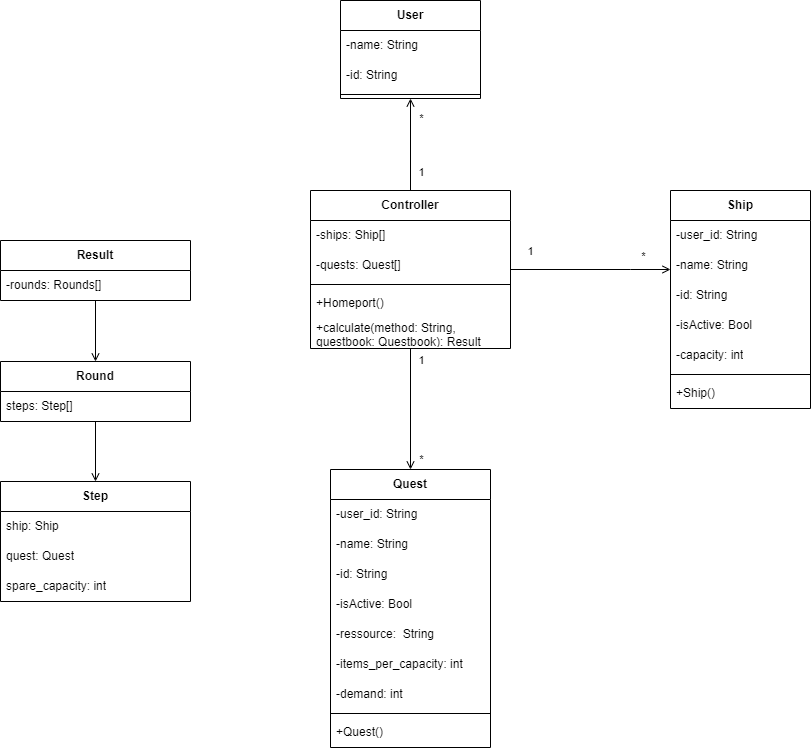
Earlier version of the draw.io export Klassendiagramm_Backend.drawio.png (Mole1803/SPoRT). Source tidied: cells renumbered, new cells last; positions are measured from the earlier drawing's top-left corner, leaving out a move shared by most shapes.
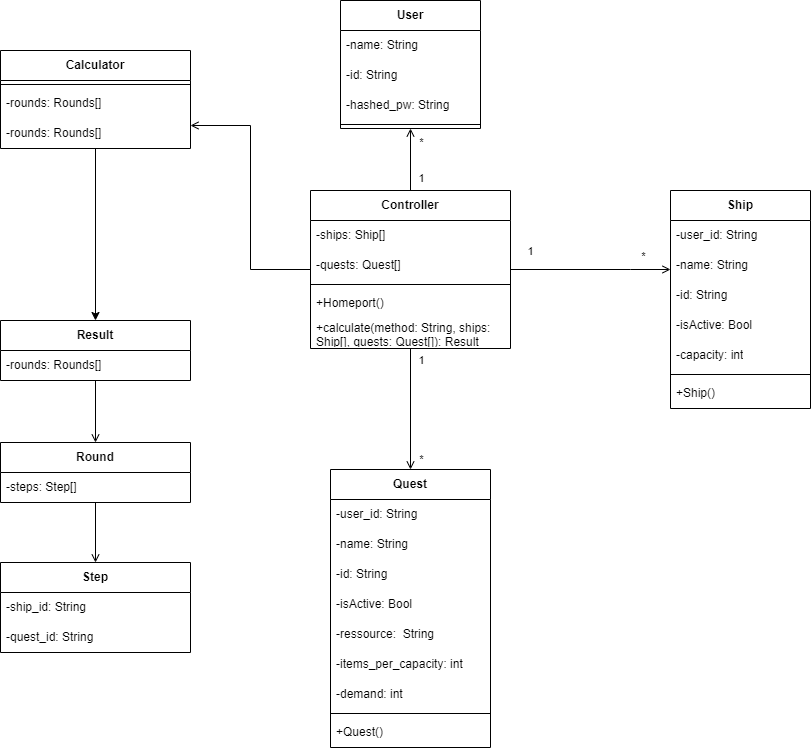
The same diagram one commit later.

The edit, as a diff of the source:
```diff
@@ -61,6 +61,14 @@
         <mxPoint x="9" as="offset" />
       </mxGeometry>
     </mxCell>
+    <mxCell id="49" style="edgeStyle=orthogonalEdgeStyle;rounded=0;jettySize=auto;html=1;endArrow=open;endFill=0;" parent="1" edge="1" source="16" target="52">
+      <mxGeometry relative="1" as="geometry">
+        <Array as="points">
+          <mxPoint x="250" y="269" />
+          <mxPoint x="250" y="125" />
+        </Array>
+      </mxGeometry>
+    </mxCell>
     <mxCell id="16" value="&lt;b&gt;Controller&lt;/b&gt;" style="swimlane;fontStyle=0;horizontal=1;startSize=30;whiteSpace=wrap;html=1;rounded=0;labelBackgroundColor=none;gradientColor=none;swimlaneFillColor=none;" parent="1" vertex="1">
       <mxGeometry x="310" y="190" width="200" height="158" as="geometry" />
     </mxCell>
@@ -76,7 +84,7 @@
     <mxCell id="20" value="+Homeport()" style="text;strokeColor=none;fillColor=none;align=left;verticalAlign=middle;spacingLeft=4;spacingRight=4;overflow=hidden;whiteSpace=wrap;html=1;rounded=0;labelBackgroundColor=none;" parent="16" vertex="1">
       <mxGeometry y="98" width="200" height="30" as="geometry" />
     </mxCell>
-    <mxCell id="21" value="+calculate(method: String, questbook: Questbook): Result" style="text;strokeColor=none;fillColor=none;align=left;verticalAlign=middle;spacingLeft=4;spacingRight=4;overflow=hidden;points=[[0,0.5],[1,0.5]];portConstraint=eastwest;whiteSpace=wrap;html=1;rounded=0;labelBackgroundColor=none;" parent="16" vertex="1">
+    <mxCell id="21" value="+calculate(method: String, ships: Ship[], quests: Quest[]): Result" style="text;strokeColor=none;fillColor=none;align=left;verticalAlign=middle;spacingLeft=4;spacingRight=4;overflow=hidden;points=[[0,0.5],[1,0.5]];portConstraint=eastwest;whiteSpace=wrap;html=1;rounded=0;labelBackgroundColor=none;" parent="16" vertex="1">
       <mxGeometry y="128" width="200" height="30" as="geometry" />
     </mxCell>
     <mxCell id="22" value="&lt;b&gt;Quest&lt;/b&gt;" style="swimlane;fontStyle=0;horizontal=1;startSize=30;whiteSpace=wrap;html=1;rounded=0;labelBackgroundColor=none;" parent="1" vertex="1">
@@ -113,7 +121,7 @@
       <mxGeometry relative="1" as="geometry" />
     </mxCell>
     <mxCell id="33" value="Result" style="swimlane;fontStyle=1;horizontal=1;startSize=30;whiteSpace=wrap;html=1;" parent="1" vertex="1">
-      <mxGeometry y="240" width="190" height="60" as="geometry" />
+      <mxGeometry y="320" width="190" height="60" as="geometry" />
     </mxCell>
     <mxCell id="34" value="-rounds: Rounds[]" style="text;strokeColor=none;fillColor=none;align=left;verticalAlign=middle;spacingLeft=4;spacingRight=4;overflow=hidden;whiteSpace=wrap;html=1;" parent="33" vertex="1">
       <mxGeometry y="30" width="190" height="30" as="geometry" />
@@ -122,25 +130,22 @@
       <mxGeometry relative="1" as="geometry" />
     </mxCell>
     <mxCell id="36" value="Round" style="swimlane;fontStyle=1;horizontal=1;startSize=30;whiteSpace=wrap;html=1;" parent="1" vertex="1">
-      <mxGeometry y="361" width="190" height="60" as="geometry" />
+      <mxGeometry y="442" width="190" height="60" as="geometry" />
     </mxCell>
-    <mxCell id="37" value="steps: Step[]" style="text;strokeColor=none;fillColor=none;align=left;verticalAlign=middle;spacingLeft=4;spacingRight=4;overflow=hidden;whiteSpace=wrap;html=1;" parent="36" vertex="1">
+    <mxCell id="37" value="-steps: Step[]" style="text;strokeColor=none;fillColor=none;align=left;verticalAlign=middle;spacingLeft=4;spacingRight=4;overflow=hidden;whiteSpace=wrap;html=1;" parent="36" vertex="1">
       <mxGeometry y="30" width="190" height="30" as="geometry" />
     </mxCell>
     <mxCell id="38" value="Step" style="swimlane;fontStyle=1;horizontal=1;startSize=30;whiteSpace=wrap;html=1;" parent="1" vertex="1">
-      <mxGeometry y="481" width="190" height="120" as="geometry" />
+      <mxGeometry y="562" width="190" height="90" as="geometry" />
     </mxCell>
-    <mxCell id="39" value="ship: Ship" style="text;strokeColor=none;fillColor=none;align=left;verticalAlign=middle;spacingLeft=4;spacingRight=4;overflow=hidden;whiteSpace=wrap;html=1;" parent="38" vertex="1">
+    <mxCell id="39" value="-ship_id: String" style="text;strokeColor=none;fillColor=none;align=left;verticalAlign=middle;spacingLeft=4;spacingRight=4;overflow=hidden;whiteSpace=wrap;html=1;" parent="38" vertex="1">
       <mxGeometry y="30" width="190" height="30" as="geometry" />
     </mxCell>
-    <mxCell id="40" value="quest: Quest" style="text;strokeColor=none;fillColor=none;align=left;verticalAlign=middle;spacingLeft=4;spacingRight=4;overflow=hidden;whiteSpace=wrap;html=1;" parent="38" vertex="1">
+    <mxCell id="40" value="-quest_id: String" style="text;strokeColor=none;fillColor=none;align=left;verticalAlign=middle;spacingLeft=4;spacingRight=4;overflow=hidden;whiteSpace=wrap;html=1;" parent="38" vertex="1">
       <mxGeometry y="60" width="190" height="30" as="geometry" />
     </mxCell>
-    <mxCell id="41" value="spare_capacity: int" style="text;strokeColor=none;fillColor=none;align=left;verticalAlign=middle;spacingLeft=4;spacingRight=4;overflow=hidden;whiteSpace=wrap;html=1;" parent="38" vertex="1">
-      <mxGeometry y="90" width="190" height="30" as="geometry" />
-    </mxCell>
     <mxCell id="42" value="&lt;b&gt;User&lt;/b&gt;" style="swimlane;fontStyle=0;horizontal=1;startSize=30;whiteSpace=wrap;html=1;rounded=0;labelBackgroundColor=none;" parent="1" vertex="1">
-      <mxGeometry x="340" width="140" height="98" as="geometry" />
+      <mxGeometry x="340" width="140" height="128" as="geometry" />
     </mxCell>
     <mxCell id="43" value="-name: String" style="text;strokeColor=none;fillColor=none;align=left;verticalAlign=middle;spacingLeft=4;spacingRight=4;overflow=hidden;whiteSpace=wrap;html=1;rounded=0;labelBackgroundColor=none;" parent="42" vertex="1">
       <mxGeometry y="30" width="140" height="30" as="geometry" />
@@ -148,8 +153,11 @@
     <mxCell id="44" value="-id: String" style="text;strokeColor=none;fillColor=none;align=left;verticalAlign=middle;spacingLeft=4;spacingRight=4;overflow=hidden;whiteSpace=wrap;html=1;rounded=0;labelBackgroundColor=none;" parent="42" vertex="1">
       <mxGeometry y="60" width="140" height="30" as="geometry" />
     </mxCell>
+    <mxCell id="50" value="-hashed_pw: String" style="text;strokeColor=none;fillColor=none;align=left;verticalAlign=middle;spacingLeft=4;spacingRight=4;overflow=hidden;whiteSpace=wrap;html=1;rounded=0;labelBackgroundColor=none;" parent="42" vertex="1">
+      <mxGeometry y="90" width="140" height="30" as="geometry" />
+    </mxCell>
     <mxCell id="45" style="line;strokeWidth=1;fillColor=none;align=left;verticalAlign=middle;spacingTop=-1;spacingLeft=3;spacingRight=3;labelPosition=right;rounded=0;labelBackgroundColor=none;" parent="42" vertex="1">
-      <mxGeometry y="90" width="140" height="8" as="geometry" />
+      <mxGeometry y="120" width="140" height="8" as="geometry" />
     </mxCell>
     <mxCell id="46" style="edgeStyle=orthogonalEdgeStyle;rounded=0;jettySize=auto;html=1;endArrow=open;endFill=0;" parent="1" edge="1" source="16" target="42">
       <mxGeometry relative="1" as="geometry" />
@@ -164,5 +172,20 @@
         <mxPoint x="9" as="offset" />
       </mxGeometry>
     </mxCell>
+    <mxCell id="51" style="edgeStyle=orthogonalEdgeStyle;rounded=0;jettySize=auto;html=1;" parent="1" edge="1" source="52" target="33">
+      <mxGeometry relative="1" as="geometry" />
+    </mxCell>
+    <mxCell id="52" value="Calculator" style="swimlane;fontStyle=1;horizontal=1;startSize=30;whiteSpace=wrap;html=1;" parent="1" vertex="1">
+      <mxGeometry y="50" width="190" height="98" as="geometry" />
+    </mxCell>
+    <mxCell id="53" style="line;strokeWidth=1;fillColor=none;align=left;verticalAlign=middle;spacingTop=-1;spacingLeft=3;spacingRight=3;labelPosition=right;rounded=0;labelBackgroundColor=none;" parent="52" vertex="1">
+      <mxGeometry y="30" width="190" height="8" as="geometry" />
+    </mxCell>
+    <mxCell id="54" value="-rounds: Rounds[]" style="text;strokeColor=none;fillColor=none;align=left;verticalAlign=middle;spacingLeft=4;spacingRight=4;overflow=hidden;whiteSpace=wrap;html=1;" parent="52" vertex="1">
+      <mxGeometry y="38" width="190" height="30" as="geometry" />
+    </mxCell>
+    <mxCell id="55" value="-rounds: Rounds[]" style="text;strokeColor=none;fillColor=none;align=left;verticalAlign=middle;spacingLeft=4;spacingRight=4;overflow=hidden;whiteSpace=wrap;html=1;" parent="52" vertex="1">
+      <mxGeometry y="68" width="190" height="30" as="geometry" />
+    </mxCell>
   </root>
 </mxGraphModel>
```
